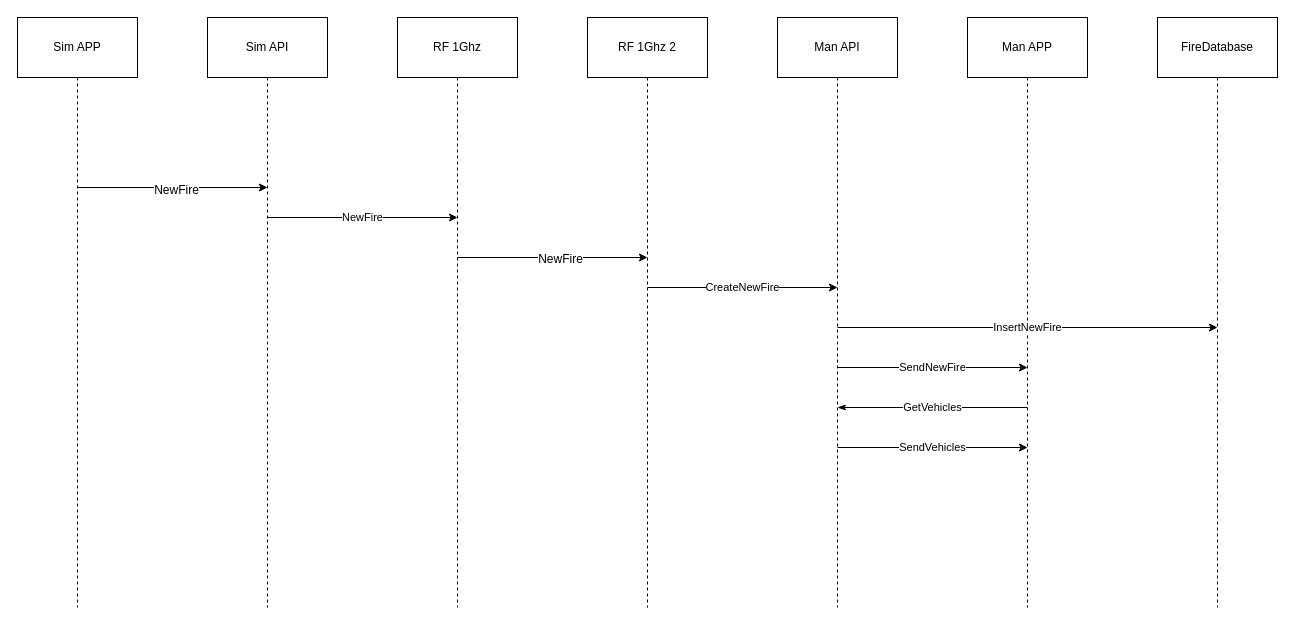
Above: docs/diagrams/CreateNewFire.drawio in saya-rbt/firecloud-monitor (draw.io), before the change. Source tidied: cells renumbered, new cells numbered last; positions are measured from the earlier drawing's top-left corner, leaving out a move shared by most shapes. Both pictures are drawn from the tidied source at 100%, with x=0, y=0 at pixel (17, 17).
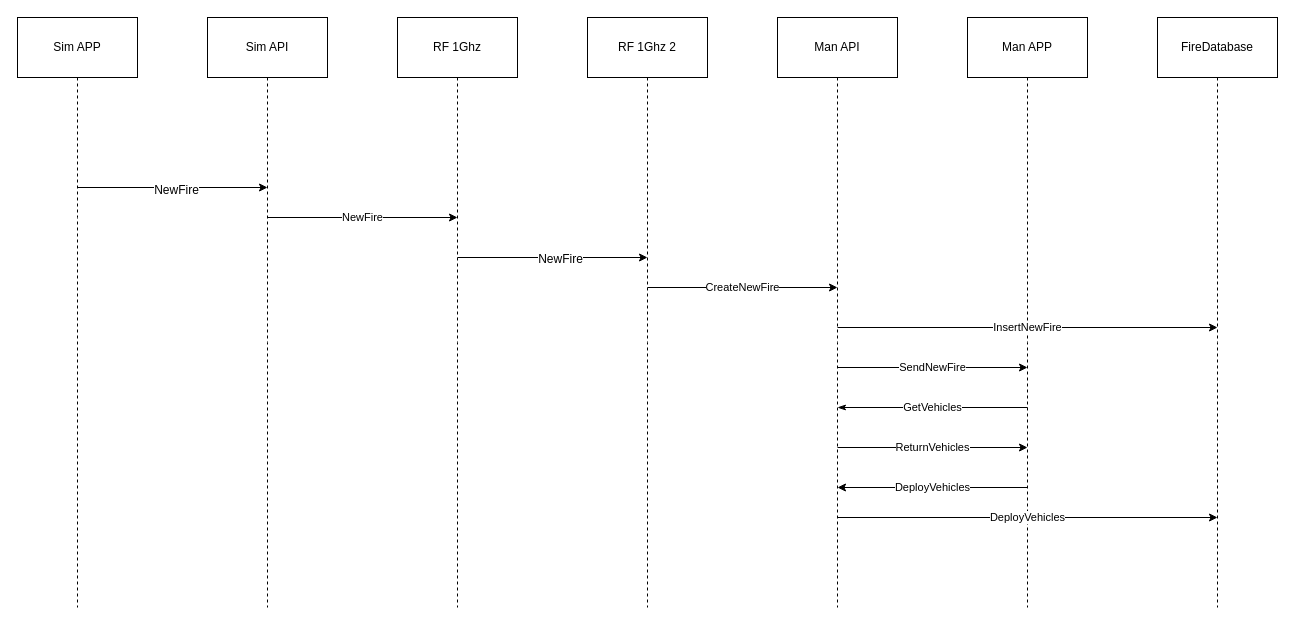
The same page after the edit.

The edit, as a diff of the source:
```diff
@@
-    <mxCell id="25" value="SendVehicles" style="endArrow=classic;html=1;" parent="1" edge="1">
+    <mxCell id="25" value="ReturnVehicles" style="endArrow=classic;html=1;" parent="1" edge="1">
       <mxGeometry relative="1" as="geometry">
         <mxPoint x="820" y="430" as="sourcePoint" />
         <mxPoint x="1010" y="430" as="targetPoint" />
       </mxGeometry>
     </mxCell>
+    <mxCell id="26" value="DeployVehicles" style="endArrow=none;html=1;startArrow=classic;startFill=1;endFill=0;" parent="1" edge="1">
+      <mxGeometry relative="1" as="geometry">
+        <mxPoint x="820" y="470" as="sourcePoint" />
+        <mxPoint x="1010" y="470" as="targetPoint" />
+      </mxGeometry>
+    </mxCell>
+    <mxCell id="27" value="DeployVehicles" style="endArrow=classic;html=1;" parent="1" edge="1">
+      <mxGeometry relative="1" as="geometry">
+        <mxPoint x="820" y="500" as="sourcePoint" />
+        <mxPoint x="1200" y="500" as="targetPoint" />
+      </mxGeometry>
+    </mxCell>
```
